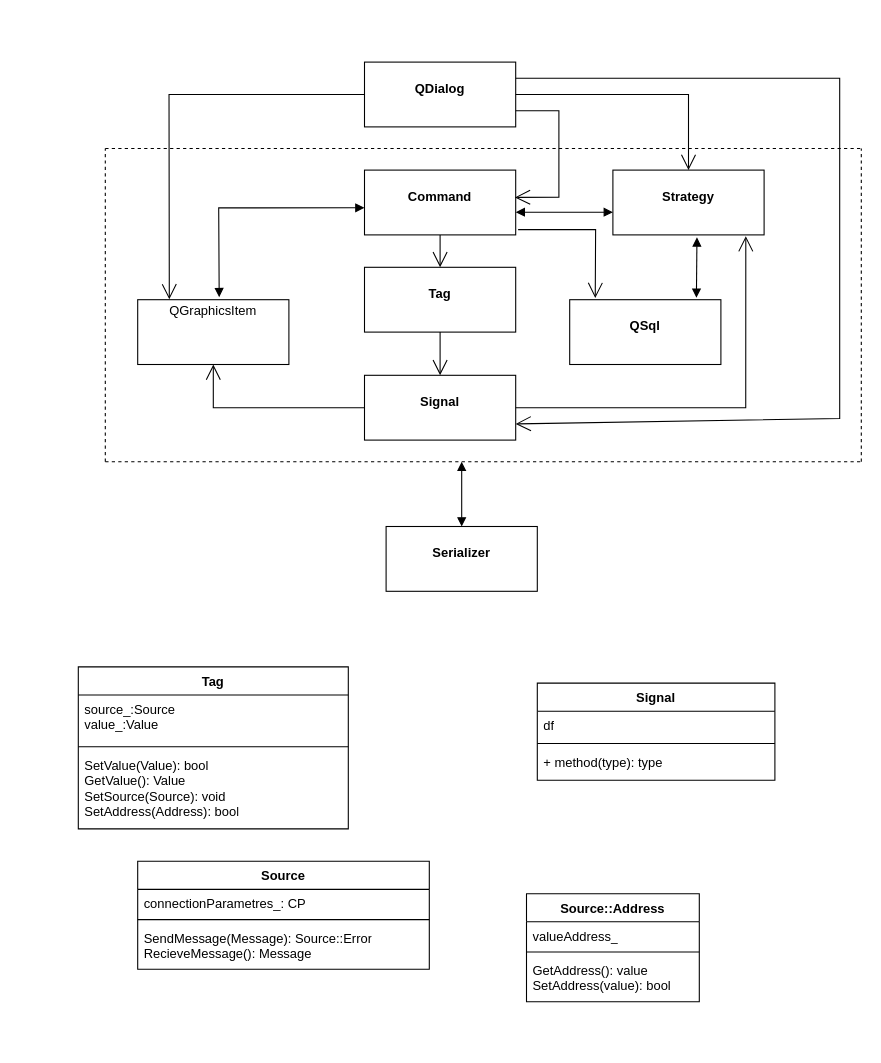
Before: Total structure.drawio in AleksandrMuratov/ScadaMAS, a draw.io diagram. Source tidied: cells renumbered, new cells numbered last; positions are measured from the earlier drawing's top-left corner, leaving out a move shared by most shapes. Both pictures are drawn from the tidied source at 108%, with x=0, y=0 at pixel (78, 62).
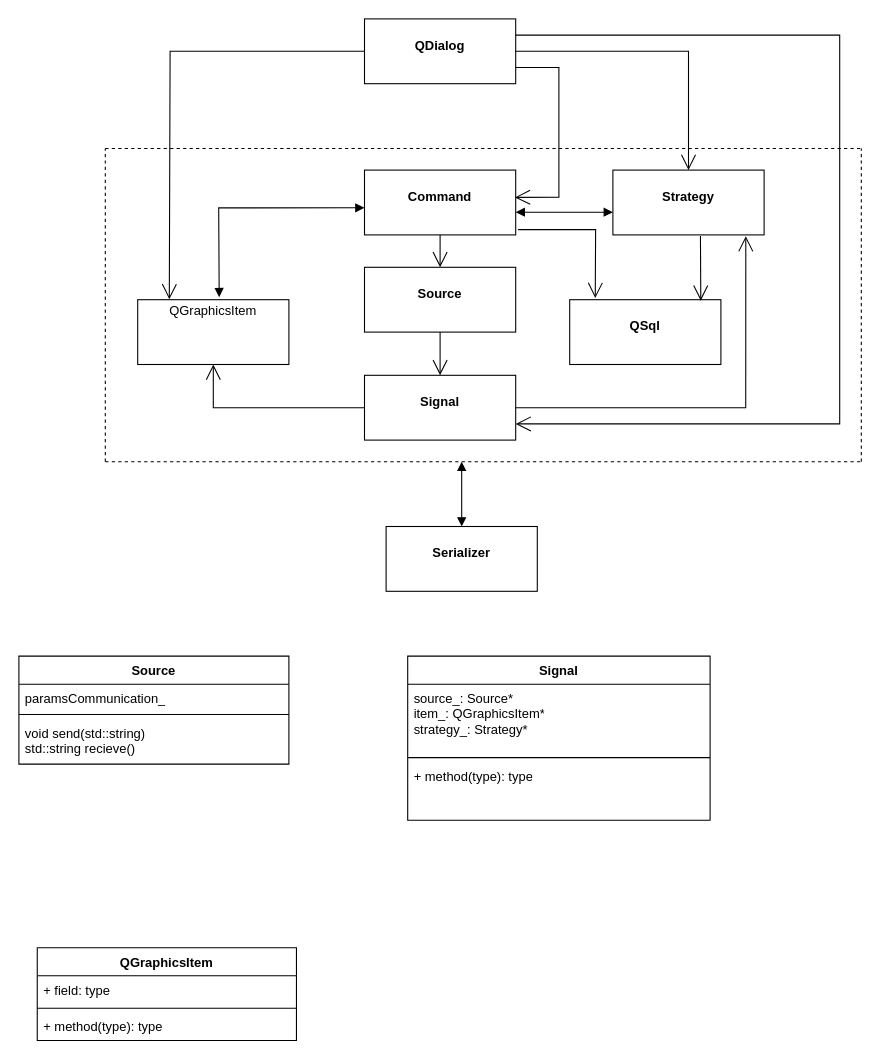
After the change.

Unchanged cells that the change refers to:
```xml
<mxCell id="2" value="&lt;p style=&quot;margin:0px;margin-top:4px;text-align:center;&quot;&gt;QGraphicsItem&lt;/p&gt;" style="verticalAlign=top;align=left;overflow=fill;html=1;whiteSpace=wrap;" parent="1" vertex="1">
  <mxGeometry x="55" y="220" width="140" height="60" as="geometry" />
</mxCell>
<mxCell id="3" value="&lt;p style=&quot;margin:0px;margin-top:4px;text-align:center;&quot;&gt;&lt;br&gt;&lt;b&gt;Command&lt;/b&gt;&lt;/p&gt;" style="verticalAlign=top;align=left;overflow=fill;html=1;whiteSpace=wrap;" parent="1" vertex="1">
  <mxGeometry x="265" y="100" width="140" height="60" as="geometry" />
</mxCell>
<mxCell id="6" value="&lt;p style=&quot;margin:0px;margin-top:4px;text-align:center;&quot;&gt;&lt;br&gt;&lt;b&gt;Signal&lt;/b&gt;&lt;/p&gt;" style="verticalAlign=top;align=left;overflow=fill;html=1;whiteSpace=wrap;" parent="1" vertex="1">
  <mxGeometry x="265" y="290" width="140" height="60" as="geometry" />
</mxCell>
<mxCell id="13" value="&lt;p style=&quot;margin:0px;margin-top:4px;text-align:center;&quot;&gt;&lt;br&gt;&lt;b&gt;Strategy&lt;/b&gt;&lt;/p&gt;" style="verticalAlign=top;align=left;overflow=fill;html=1;whiteSpace=wrap;" parent="1" vertex="1">
  <mxGeometry x="495" y="100" width="140" height="60" as="geometry" />
</mxCell>
<mxCell id="18" value="&lt;p style=&quot;margin:0px;margin-top:4px;text-align:center;&quot;&gt;&lt;br&gt;&lt;b&gt;QSql&lt;/b&gt;&lt;/p&gt;" style="verticalAlign=top;align=left;overflow=fill;html=1;whiteSpace=wrap;" parent="1" vertex="1">
  <mxGeometry x="455" y="220" width="140" height="60" as="geometry" />
</mxCell>
```

Diff of the diagram source:
```diff
@@
-    <mxCell id="4" value="&lt;p style=&quot;margin:0px;margin-top:4px;text-align:center;&quot;&gt;&lt;br&gt;&lt;b&gt;Tag&lt;/b&gt;&lt;/p&gt;" style="verticalAlign=top;align=left;overflow=fill;html=1;whiteSpace=wrap;" parent="1" vertex="1">
+    <mxCell id="4" value="&lt;p style=&quot;margin:0px;margin-top:4px;text-align:center;&quot;&gt;&lt;br&gt;&lt;b&gt;Source&lt;/b&gt;&lt;/p&gt;" style="verticalAlign=top;align=left;overflow=fill;html=1;whiteSpace=wrap;" parent="1" vertex="1">
       <mxGeometry x="265" y="190" width="140" height="60" as="geometry" />
     </mxCell>
     <mxCell id="5" value="&lt;p style=&quot;margin:0px;margin-top:4px;text-align:center;&quot;&gt;&lt;br&gt;&lt;b&gt;QDialog&lt;/b&gt;&lt;/p&gt;" style="verticalAlign=top;align=left;overflow=fill;html=1;whiteSpace=wrap;" parent="1" vertex="1">
-      <mxGeometry x="265" width="140" height="60" as="geometry" />
+      <mxGeometry x="265" y="-40" width="140" height="60" as="geometry" />
     </mxCell>
@@
     <mxCell id="10" style="endArrow=open;endFill=1;endSize=12;html=1;rounded=0;exitX=1;exitY=0.75;exitDx=0;exitDy=0;entryX=0.995;entryY=0.421;entryDx=0;entryDy=0;entryPerimeter=0;" parent="1" edge="1" source="5" target="3">
       <mxGeometry relative="1" as="geometry">
         <Array as="points">
-          <mxPoint x="445" y="45" />
+          <mxPoint x="445" y="5" />
           <mxPoint x="445" y="125" />
         </Array>
       </mxGeometry>
     </mxCell>
     <mxCell id="11" style="endArrow=open;endFill=1;endSize=12;html=1;rounded=0;exitX=1;exitY=0.25;exitDx=0;exitDy=0;entryX=1;entryY=0.75;entryDx=0;entryDy=0;" parent="1" edge="1" source="5" target="6">
       <mxGeometry relative="1" as="geometry">
         <Array as="points">
-          <mxPoint x="705" y="15" />
-          <mxPoint x="705" y="330" />
+          <mxPoint x="705" y="-25" />
+          <mxPoint x="705" y="335" />
         </Array>
       </mxGeometry>
     </mxCell>
     <mxCell id="12" style="endArrow=open;endFill=1;endSize=12;html=1;rounded=0;exitX=0;exitY=0.5;exitDx=0;exitDy=0;entryX=0.209;entryY=-0.005;entryDx=0;entryDy=0;entryPerimeter=0;" parent="1" edge="1" source="5" target="2">
       <mxGeometry relative="1" as="geometry">
         <Array as="points">
-          <mxPoint x="84" y="30" />
+          <mxPoint x="85" y="-10" />
         </Array>
       </mxGeometry>
     </mxCell>
@@
     <mxCell id="14" style="endArrow=open;endFill=1;endSize=12;html=1;rounded=0;exitX=1;exitY=0.5;exitDx=0;exitDy=0;entryX=0.5;entryY=0;entryDx=0;entryDy=0;" parent="1" edge="1" source="5" target="13">
       <mxGeometry relative="1" as="geometry">
         <Array as="points">
-          <mxPoint x="565" y="30" />
+          <mxPoint x="565" y="-10" />
         </Array>
       </mxGeometry>
     </mxCell>
@@
-    <mxCell id="19" style="endArrow=block;startArrow=block;endFill=1;startFill=1;html=1;rounded=0;entryX=0.838;entryY=-0.03;entryDx=0;entryDy=0;entryPerimeter=0;exitX=0.556;exitY=1.038;exitDx=0;exitDy=0;exitPerimeter=0;" parent="1" edge="1" source="13" target="18">
-      <mxGeometry relative="1" as="geometry" />
-    </mxCell>
@@
-    <mxCell id="27" value="Tag" style="swimlane;fontStyle=1;align=center;verticalAlign=top;horizontal=1;startSize=26;whiteSpace=wrap;html=1;" parent="1" vertex="1">
-      <mxGeometry y="560" width="250" height="150" as="geometry" />
-    </mxCell>
-    <mxCell id="28" value="&lt;div&gt;source_:Source&lt;/div&gt;&lt;div&gt;value_:Value&lt;/div&gt;" style="text;strokeColor=none;fillColor=none;align=left;verticalAlign=top;spacingLeft=4;spacingRight=4;overflow=hidden;whiteSpace=wrap;html=1;" parent="27" vertex="1">
-      <mxGeometry y="26" width="250" height="44" as="geometry" />
-    </mxCell>
-    <mxCell id="29" style="line;strokeWidth=1;fillColor=none;align=left;verticalAlign=middle;spacingTop=-1;spacingLeft=3;spacingRight=3;labelPosition=right;strokeColor=inherit;" parent="27" vertex="1">
-      <mxGeometry y="70" width="250" height="8" as="geometry" />
-    </mxCell>
-    <mxCell id="30" value="SetValue(Value): bool&lt;div&gt;GetValue(): Value&lt;/div&gt;&lt;div&gt;SetSource(Source): void&lt;/div&gt;&lt;div&gt;SetAddress(Address): bool&lt;/div&gt;" style="text;strokeColor=none;fillColor=none;align=left;verticalAlign=top;spacingLeft=4;spacingRight=4;overflow=hidden;whiteSpace=wrap;html=1;" parent="27" vertex="1">
-      <mxGeometry y="78" width="250" height="72" as="geometry" />
-    </mxCell>
+    <mxCell id="19" style="endArrow=open;endFill=1;endSize=12;html=1;rounded=0;exitX=0.579;exitY=1.017;exitDx=0;exitDy=0;exitPerimeter=0;entryX=0.867;entryY=0.017;entryDx=0;entryDy=0;entryPerimeter=0;" parent="1" edge="1" source="13" target="18">
+      <mxGeometry relative="1" as="geometry" />
+    </mxCell>
     <mxCell id="31" value="Source" style="swimlane;fontStyle=1;align=center;verticalAlign=top;horizontal=1;startSize=26;whiteSpace=wrap;html=1;" parent="1" vertex="1">
-      <mxGeometry x="55" y="740" width="270" height="100" as="geometry" />
+      <mxGeometry x="-55" y="550" width="250" height="100" as="geometry" />
     </mxCell>
-    <mxCell id="32" value="connectionParametres_: CP" style="text;strokeColor=none;fillColor=none;align=left;verticalAlign=top;spacingLeft=4;spacingRight=4;overflow=hidden;whiteSpace=wrap;html=1;" parent="31" vertex="1">
-      <mxGeometry y="26" width="270" height="24" as="geometry" />
-    </mxCell>
-    <mxCell id="33" style="line;strokeWidth=1;fillColor=none;align=left;verticalAlign=middle;spacingTop=-1;spacingLeft=3;spacingRight=3;labelPosition=right;strokeColor=inherit;" parent="31" vertex="1">
-      <mxGeometry y="50" width="270" height="8" as="geometry" />
-    </mxCell>
-    <mxCell id="34" value="SendMessage(Message): Source::Error&lt;div&gt;RecieveMessage(): Message&lt;/div&gt;" style="text;strokeColor=none;fillColor=none;align=left;verticalAlign=top;spacingLeft=4;spacingRight=4;overflow=hidden;whiteSpace=wrap;html=1;" parent="31" vertex="1">
-      <mxGeometry y="58" width="270" height="42" as="geometry" />
-    </mxCell>
-    <mxCell id="35" value="Source::Address" style="swimlane;fontStyle=1;align=center;verticalAlign=top;horizontal=1;startSize=26;whiteSpace=wrap;html=1;" parent="1" vertex="1">
-      <mxGeometry x="415" y="770" width="160" height="100" as="geometry" />
-    </mxCell>
-    <mxCell id="36" value="valueAddress_" style="text;strokeColor=none;fillColor=none;align=left;verticalAlign=top;spacingLeft=4;spacingRight=4;overflow=hidden;whiteSpace=wrap;html=1;" parent="35" vertex="1">
-      <mxGeometry y="26" width="160" height="24" as="geometry" />
-    </mxCell>
-    <mxCell id="37" style="line;strokeWidth=1;fillColor=none;align=left;verticalAlign=middle;spacingTop=-1;spacingLeft=3;spacingRight=3;labelPosition=right;strokeColor=inherit;" parent="35" vertex="1">
-      <mxGeometry y="50" width="160" height="8" as="geometry" />
-    </mxCell>
-    <mxCell id="38" value="GetAddress(): value&lt;div&gt;SetAddress(value): bool&lt;/div&gt;" style="text;strokeColor=none;fillColor=none;align=left;verticalAlign=top;spacingLeft=4;spacingRight=4;overflow=hidden;whiteSpace=wrap;html=1;" parent="35" vertex="1">
-      <mxGeometry y="58" width="160" height="42" as="geometry" />
-    </mxCell>
+    <mxCell id="43" value="paramsCommunication_" style="text;strokeColor=none;fillColor=none;align=left;verticalAlign=top;spacingLeft=4;spacingRight=4;overflow=hidden;whiteSpace=wrap;html=1;" parent="31" vertex="1">
+      <mxGeometry y="26" width="250" height="24" as="geometry" />
+    </mxCell>
+    <mxCell id="44" style="line;strokeWidth=1;fillColor=none;align=left;verticalAlign=middle;spacingTop=-1;spacingLeft=3;spacingRight=3;labelPosition=right;strokeColor=inherit;" parent="31" vertex="1">
+      <mxGeometry y="50" width="250" height="8" as="geometry" />
+    </mxCell>
+    <mxCell id="45" value="void send(std::string)&lt;div&gt;std::string recieve()&lt;/div&gt;" style="text;strokeColor=none;fillColor=none;align=left;verticalAlign=top;spacingLeft=4;spacingRight=4;overflow=hidden;whiteSpace=wrap;html=1;" parent="31" vertex="1">
+      <mxGeometry y="58" width="250" height="42" as="geometry" />
+    </mxCell>
     <mxCell id="39" value="Signal" style="swimlane;fontStyle=1;align=center;verticalAlign=top;horizontal=1;startSize=26;whiteSpace=wrap;html=1;" parent="1" vertex="1">
-      <mxGeometry x="425" y="575" width="220" height="90" as="geometry" />
+      <mxGeometry x="305" y="550" width="280" height="152" as="geometry" />
     </mxCell>
-    <mxCell id="40" value="df" style="text;strokeColor=none;fillColor=none;align=left;verticalAlign=top;spacingLeft=4;spacingRight=4;overflow=hidden;whiteSpace=wrap;html=1;" parent="39" vertex="1">
-      <mxGeometry y="26" width="220" height="26" as="geometry" />
-    </mxCell>
-    <mxCell id="41" style="line;strokeWidth=1;fillColor=none;align=left;verticalAlign=middle;spacingTop=-1;spacingLeft=3;spacingRight=3;labelPosition=right;strokeColor=inherit;" parent="39" vertex="1">
-      <mxGeometry y="52" width="220" height="8" as="geometry" />
-    </mxCell>
-    <mxCell id="42" value="+ method(type): type" style="text;strokeColor=none;fillColor=none;align=left;verticalAlign=top;spacingLeft=4;spacingRight=4;overflow=hidden;whiteSpace=wrap;html=1;" parent="39" vertex="1">
-      <mxGeometry y="60" width="220" height="30" as="geometry" />
-    </mxCell>
+    <mxCell id="46" value="source_: Source*&lt;div&gt;item_: QGraphicsItem*&lt;/div&gt;&lt;div&gt;strategy_: Strategy*&lt;/div&gt;" style="text;strokeColor=none;fillColor=none;align=left;verticalAlign=top;spacingLeft=4;spacingRight=4;overflow=hidden;whiteSpace=wrap;html=1;" parent="39" vertex="1">
+      <mxGeometry y="26" width="280" height="64" as="geometry" />
+    </mxCell>
+    <mxCell id="47" style="line;strokeWidth=1;fillColor=none;align=left;verticalAlign=middle;spacingTop=-1;spacingLeft=3;spacingRight=3;labelPosition=right;strokeColor=inherit;" parent="39" vertex="1">
+      <mxGeometry y="90" width="280" height="8" as="geometry" />
+    </mxCell>
+    <mxCell id="48" value="+ method(type): type" style="text;strokeColor=none;fillColor=none;align=left;verticalAlign=top;spacingLeft=4;spacingRight=4;overflow=hidden;whiteSpace=wrap;html=1;" parent="39" vertex="1">
+      <mxGeometry y="98" width="280" height="54" as="geometry" />
+    </mxCell>
+    <mxCell id="49" value="QGraphicsItem" style="swimlane;fontStyle=1;align=center;verticalAlign=top;horizontal=1;startSize=26;whiteSpace=wrap;html=1;" parent="1" vertex="1">
+      <mxGeometry x="-38" y="820" width="240" height="86" as="geometry" />
+    </mxCell>
+    <mxCell id="50" value="+ field: type" style="text;strokeColor=none;fillColor=none;align=left;verticalAlign=top;spacingLeft=4;spacingRight=4;overflow=hidden;whiteSpace=wrap;html=1;" parent="49" vertex="1">
+      <mxGeometry y="26" width="240" height="26" as="geometry" />
+    </mxCell>
+    <mxCell id="51" style="line;strokeWidth=1;fillColor=none;align=left;verticalAlign=middle;spacingTop=-1;spacingLeft=3;spacingRight=3;labelPosition=right;strokeColor=inherit;" parent="49" vertex="1">
+      <mxGeometry y="52" width="240" height="8" as="geometry" />
+    </mxCell>
+    <mxCell id="52" value="+ method(type): type" style="text;strokeColor=none;fillColor=none;align=left;verticalAlign=top;spacingLeft=4;spacingRight=4;overflow=hidden;whiteSpace=wrap;html=1;" parent="49" vertex="1">
+      <mxGeometry y="60" width="240" height="26" as="geometry" />
+    </mxCell>
```
